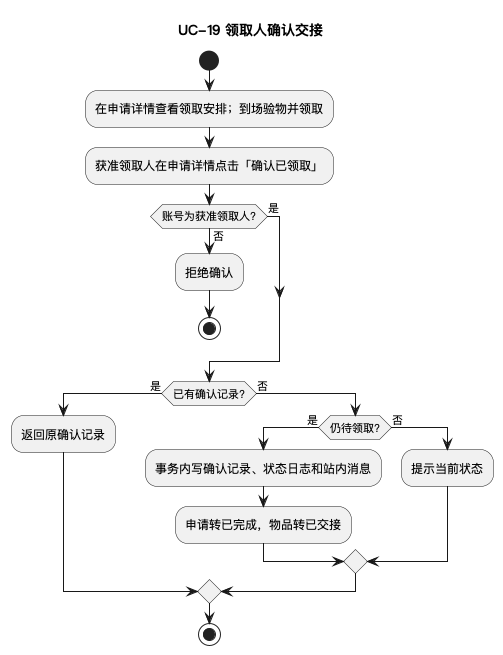
phao90016-jpg/Tongji-campus-lost-found keeps this PlantUML diagram as docs/assets/act-uc19-handover.png. Above is the earlier version.
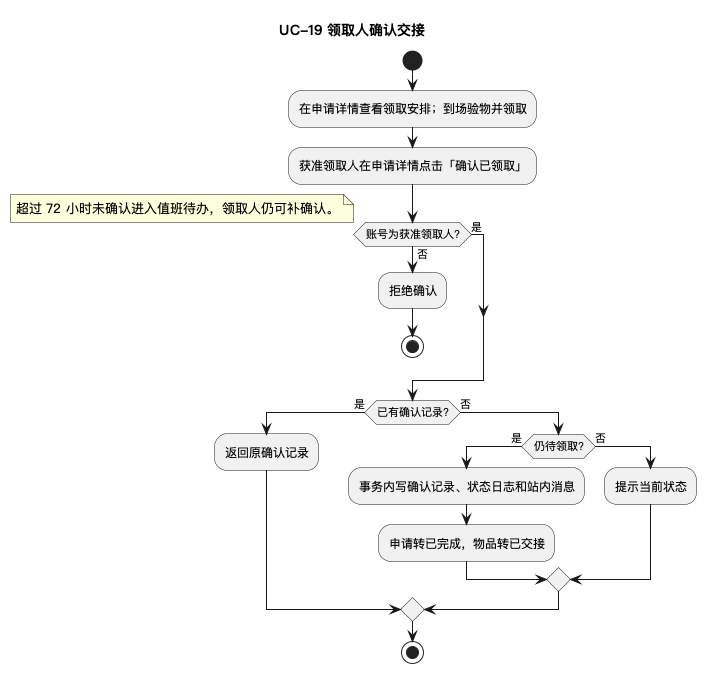
After the change.

What changed in the source:
```diff
@@ -13,6 +13,7 @@
   :拒绝确认;
   stop
 endif
+note right: 超过 72 小时未确认进入值班待办，领取人仍可补确认。
 if (已有确认记录?) then (是)
   :返回原确认记录;
 else (否)
```
